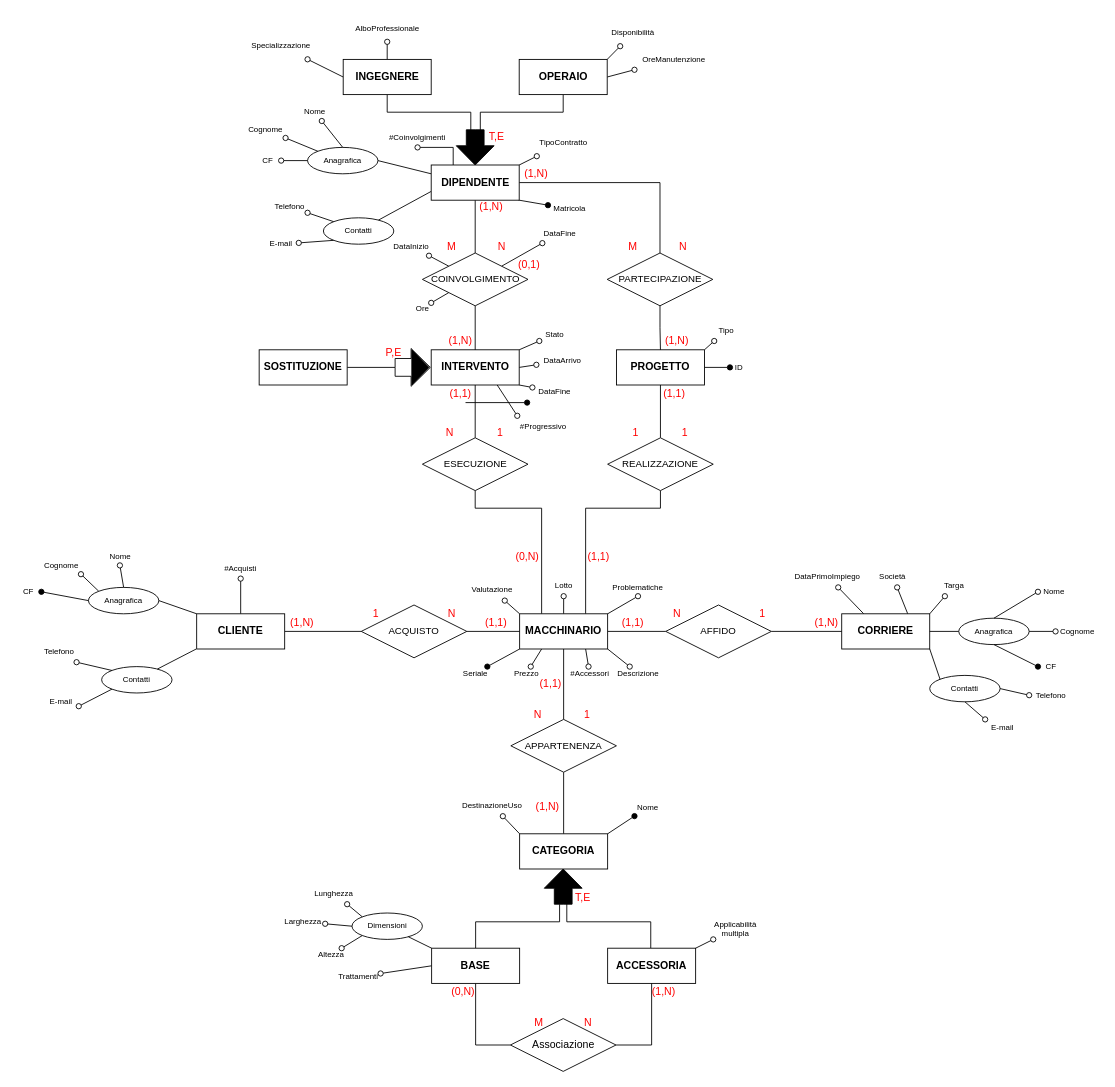
Earlier version of the draw.io diagram SchemaER/SchemaER_corretto.drawio (MicheleRabesco/MacchinariEstetici). Source tidied: cells renumbered, new cells numbered last; positions are measured from the earlier drawing's top-left corner, leaving out a move shared by most shapes. Both pictures are drawn from the tidied source at 88%, with x=0, y=0 at pixel (15, 15).
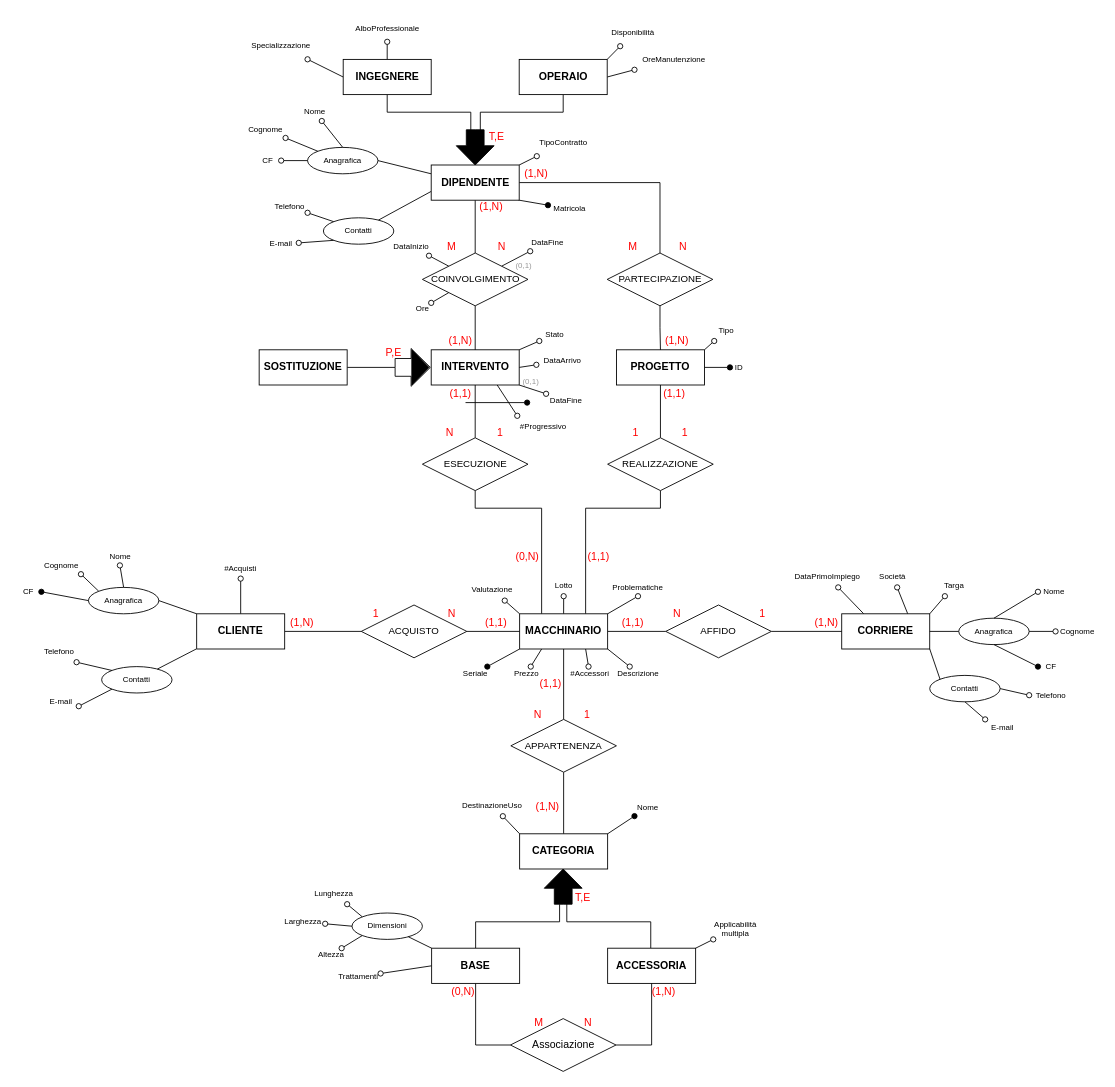
The same diagram, later.

The change refers to these unchanged cells:
```xml
<mxCell id="31" value="&lt;b&gt;DIPENDENTE&lt;/b&gt;" style="whiteSpace=wrap;html=1;align=center;" parent="1" vertex="1">
  <mxGeometry x="472.5" y="170" width="100" height="40" as="geometry" />
</mxCell>
```

The edit, as a diff of the source:
```diff
@@
-    <mxCell id="30" style="edgeStyle=orthogonalEdgeStyle;rounded=0;jettySize=auto;html=1;exitX=0.25;exitY=0;exitDx=0;exitDy=0;endArrow=oval;endFill=0;" parent="1" edge="1" source="31" target="197">
-      <mxGeometry relative="1" as="geometry" />
-    </mxCell>
@@
     <mxCell id="100" value="DataFine" style="text;html=1;strokeColor=none;fillColor=none;align=center;verticalAlign=middle;whiteSpace=wrap;rounded=0;fontSize=9;" parent="1" vertex="1">
-      <mxGeometry x="598.8" y="235" width="40" height="25" as="geometry" />
+      <mxGeometry x="585" y="245" width="40" height="25" as="geometry" />
     </mxCell>
@@
     <mxCell id="105" value="DataFine" style="text;html=1;strokeColor=none;fillColor=none;align=center;verticalAlign=middle;whiteSpace=wrap;rounded=0;fontSize=9;" parent="1" vertex="1">
-      <mxGeometry x="587.5" y="420" width="50" height="15" as="geometry" />
+      <mxGeometry x="601" y="430" width="50" height="15" as="geometry" />
     </mxCell>
@@
-    <mxCell id="183" value="(0,1)" style="text;html=1;strokeColor=none;fillColor=none;align=center;verticalAlign=middle;whiteSpace=wrap;rounded=0;fontColor=#FF0000;" parent="1" vertex="1">
-      <mxGeometry x="570.3" y="275" width="28.4" height="15" as="geometry" />
-    </mxCell>
@@
-    <mxCell id="197" value="&lt;font style=&quot;font-size: 9px&quot;&gt;#Coinvolgimenti&lt;/font&gt;" style="text;html=1;strokeColor=none;fillColor=none;align=center;verticalAlign=middle;whiteSpace=wrap;rounded=0;" parent="1" vertex="1">
-      <mxGeometry x="432" y="125" width="50" height="25" as="geometry" />
-    </mxCell>
@@
+    <mxCell id="199" value="&lt;font style=&quot;font-size: 9px&quot; color=&quot;#999999&quot;&gt;(0,1)&lt;/font&gt;" style="text;html=1;strokeColor=none;fillColor=none;align=center;verticalAlign=middle;whiteSpace=wrap;rounded=0;fontColor=#000000;" parent="1" vertex="1">
+      <mxGeometry x="547.5" y="267.5" width="60" height="30" as="geometry" />
+    </mxCell>
+    <mxCell id="200" value="&lt;font style=&quot;font-size: 9px&quot; color=&quot;#999999&quot;&gt;(0,1)&lt;/font&gt;" style="text;html=1;strokeColor=none;fillColor=none;align=center;verticalAlign=middle;whiteSpace=wrap;rounded=0;fontColor=#000000;" parent="1" vertex="1">
+      <mxGeometry x="555.8" y="400" width="60" height="30" as="geometry" />
+    </mxCell>
```
